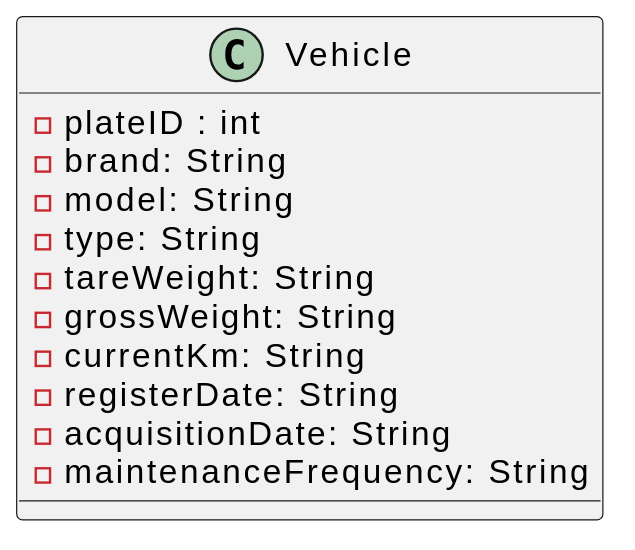
The PlantUML diagram docs/sprintA/us006/02.analysis/svg/us006-domain-model.svg in SAEmanuel/Green_Spaces_Management_ISEP, before a commit.
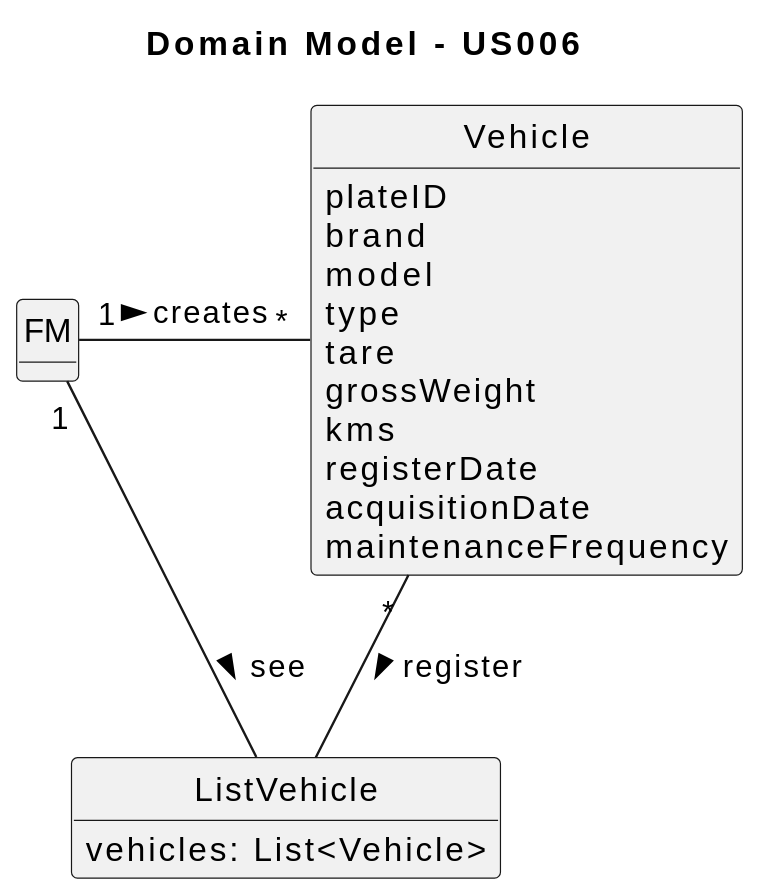
After the commit.

Commit message:
US006 - Domain Model v2.

Change to the diagram source:
```diff
@@ -1,15 +1,40 @@
 @startuml
+skinparam monochrome true
+skinparam packageStyle rectangle
+skinparam shadowing false
+
+
+skinparam classAttributeIconSize 0
+
+hide circle
+hide methods
+
+title Domain Model - US006
+
+
+class FM {
+}
+
 class Vehicle {
-    - plateID : int
-    - brand: String
-    - model: String
-    - type: String
-    - tareWeight: String
-    - grossWeight: String
-    - currentKm: String
-    - registerDate: String
-    - acquisitionDate: String
-    - maintenanceFrequency: String
+     plateID
+     brand
+     model
+     type
+     tare
+     grossWeight
+     kms
+     registerDate
+     acquisitionDate
+     maintenanceFrequency
+}
 
+class ListVehicle {
+    vehicles: List<Vehicle>
 }
+
+
+FM "1" - "*" Vehicle : creates >
+FM "1" - ListVehicle: see >
+
+Vehicle "*" -- ListVehicle : register >
 @enduml
```
